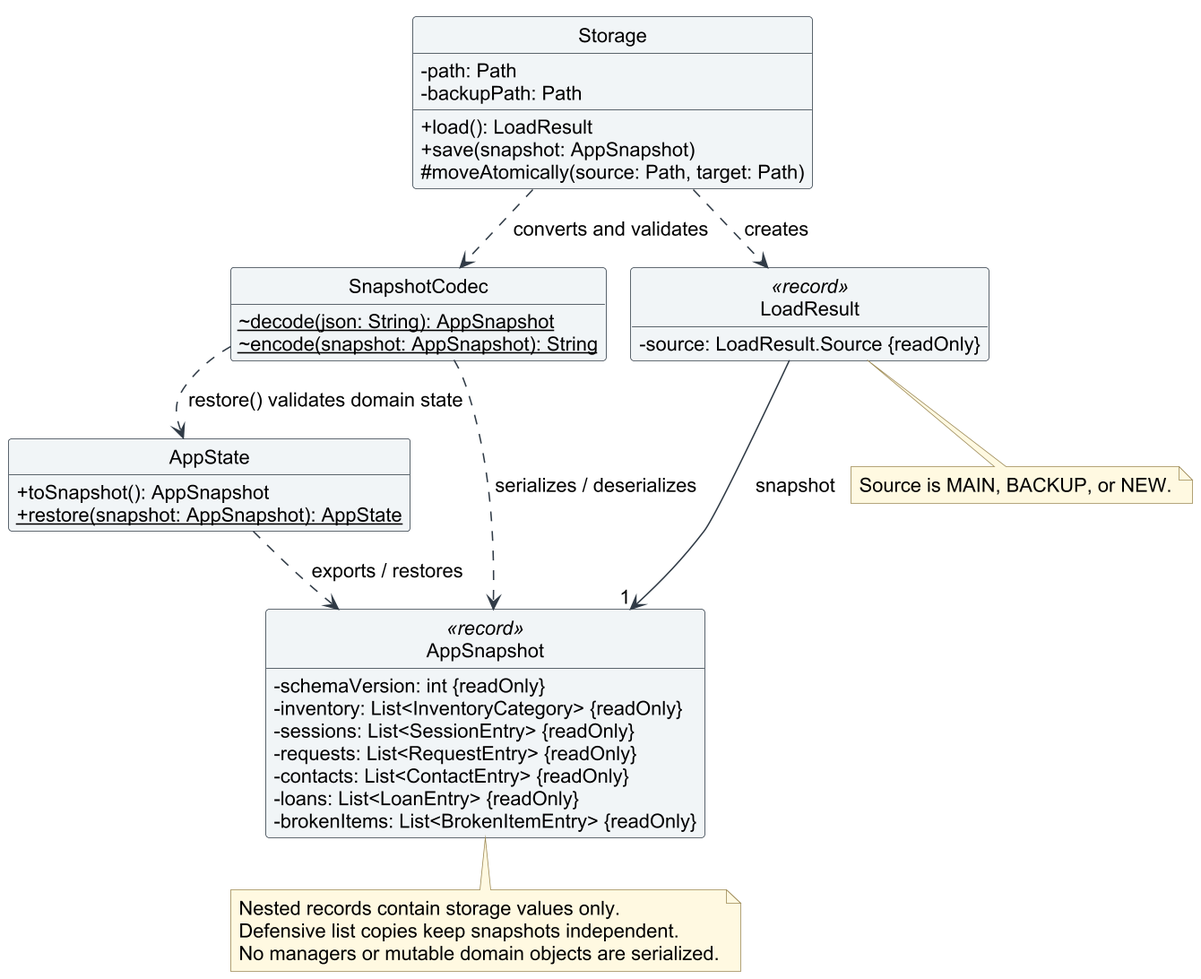
Earlier version of the PlantUML export docs/images/storage-class.png (AY2627S1-CS2113-T11-3/tp).
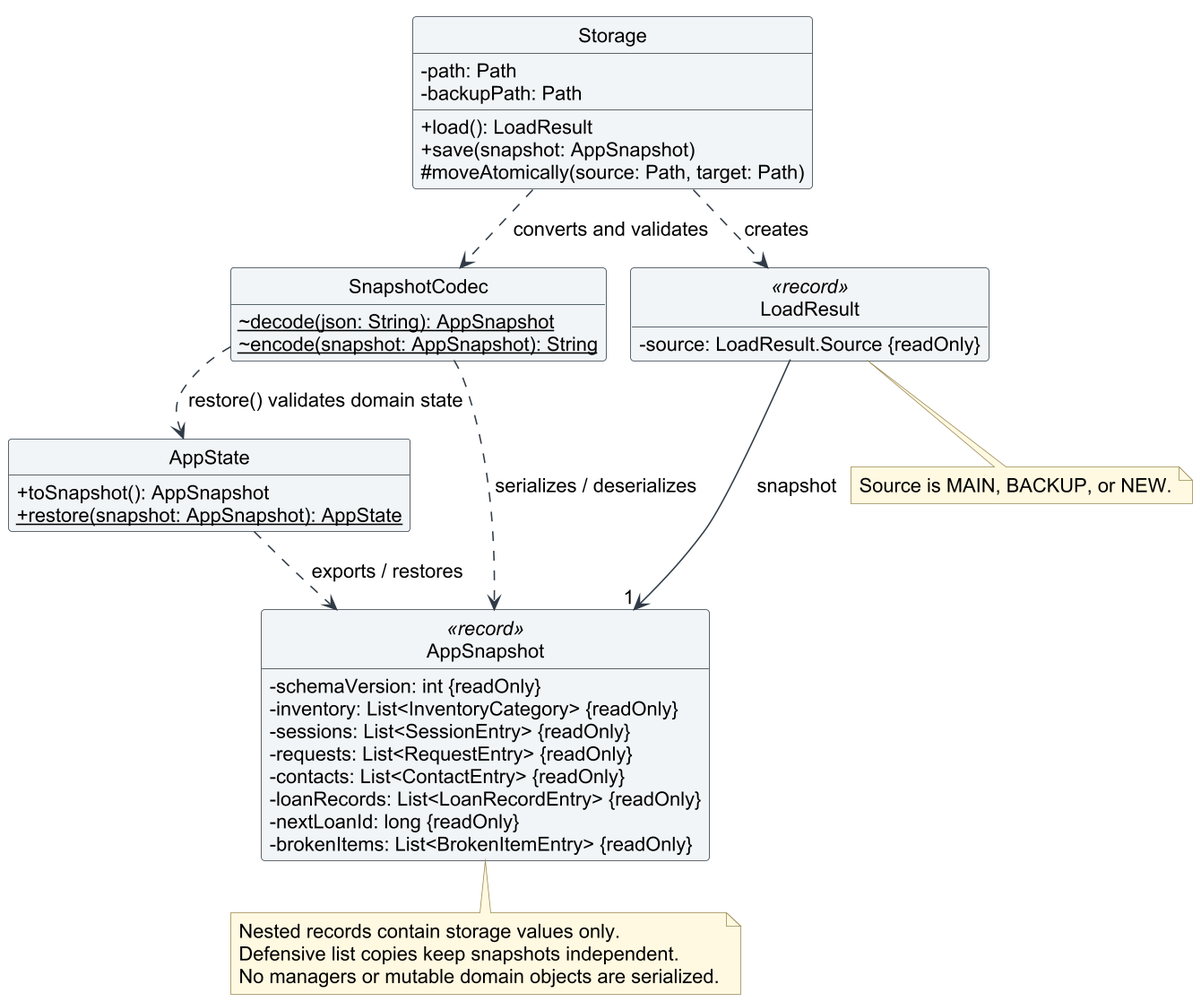
Above is the later version.

The edit, as a diff of the source:
```diff
@@ -26,7 +26,8 @@
     -sessions: List<SessionEntry> {readOnly}
     -requests: List<RequestEntry> {readOnly}
     -contacts: List<ContactEntry> {readOnly}
-    -loans: List<LoanEntry> {readOnly}
+    -loanRecords: List<LoanRecordEntry> {readOnly}
+    -nextLoanId: long {readOnly}
     -brokenItems: List<BrokenItemEntry> {readOnly}
 }
 class LoadResult <<record>> {
```
